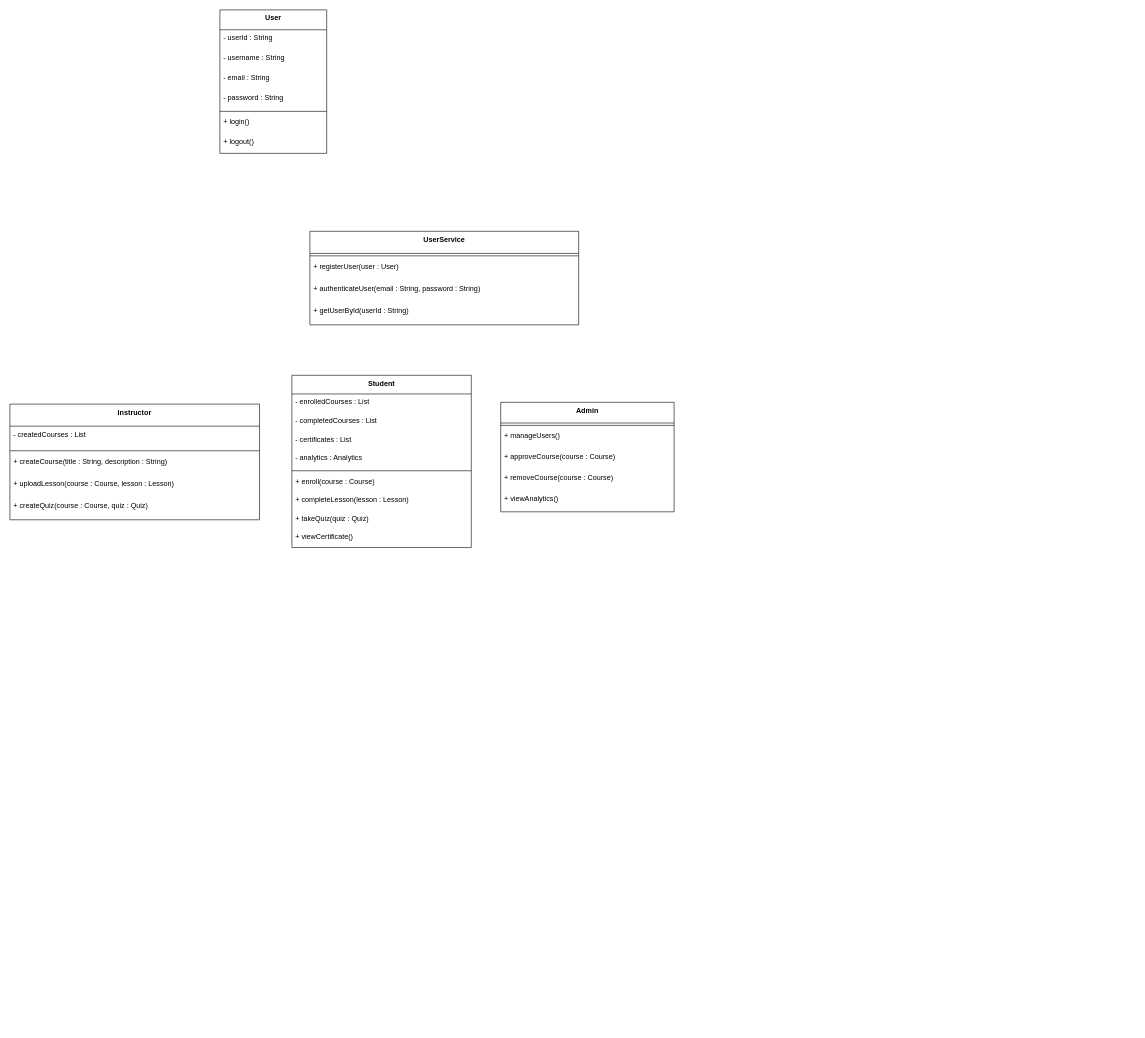
This is class diagram.drawio from Akishk4/UMLs, a draw.io file, before an edit. Source tidied: cells renumbered, new cells numbered last; positions are measured from the earlier drawing's top-left corner, leaving out a move shared by most shapes. Both pictures are drawn from the tidied source at 60%, with x=0, y=0 at pixel (10, 10).
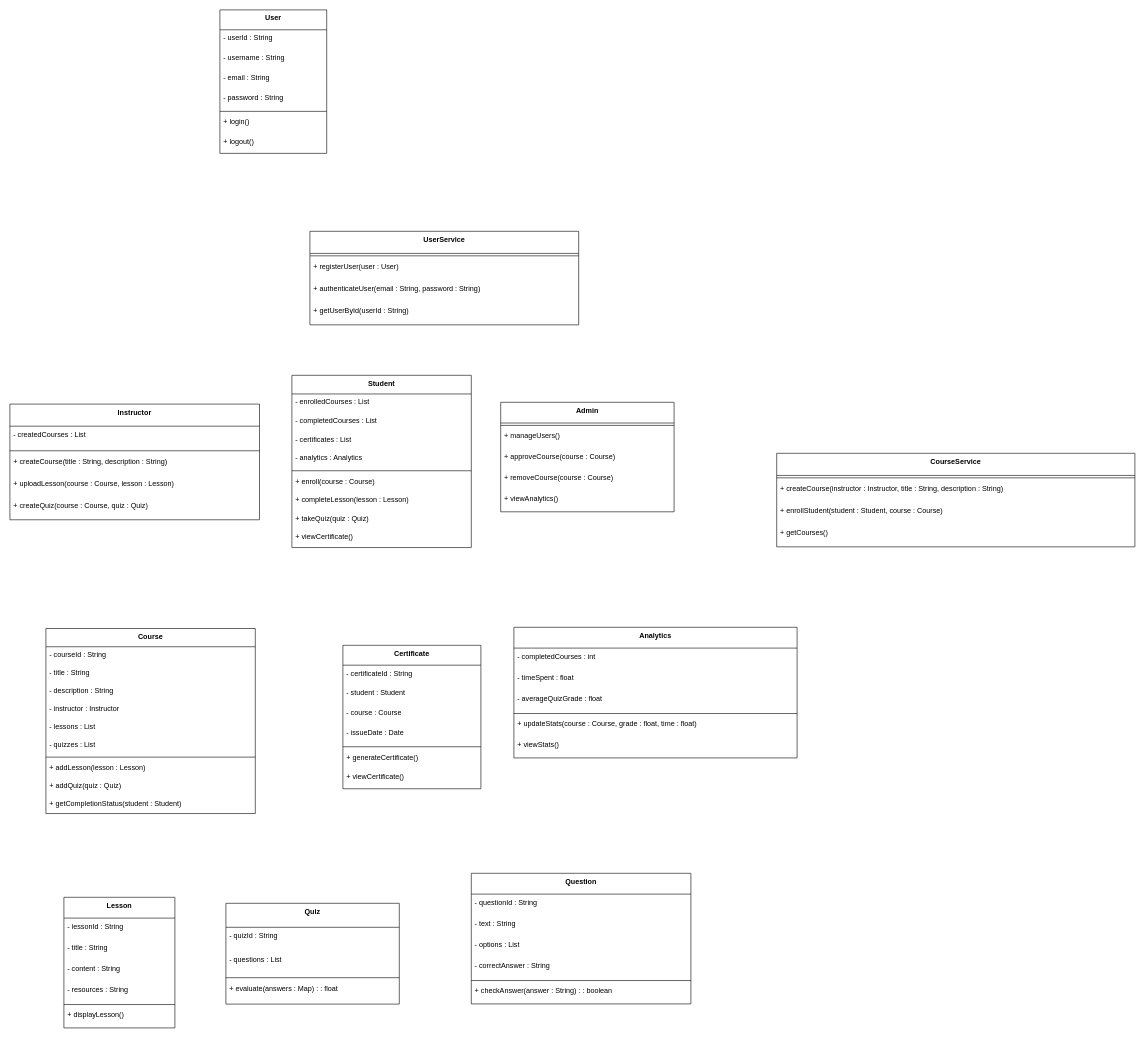
After the change.

Change to the diagram source:
```diff
@@
+    <mxCell id="37" value="Course" style="swimlane;fontStyle=1;align=center;verticalAlign=top;horizontal=1;startSize=30.4;" parent="1" vertex="1">
+      <mxGeometry x="60" y="1031" width="349" height="308.4" as="geometry" />
+    </mxCell>
+    <mxCell id="38" value="- courseId : String" style="text;strokeColor=none;fillColor=none;align=left;verticalAlign=top;spacingLeft=4;spacingRight=4;overflow=hidden;" parent="37" vertex="1">
+      <mxGeometry y="30.4" width="349" height="30" as="geometry" />
+    </mxCell>
+    <mxCell id="39" value="- title : String" style="text;strokeColor=none;fillColor=none;align=left;verticalAlign=top;spacingLeft=4;spacingRight=4;overflow=hidden;" parent="37" vertex="1">
+      <mxGeometry y="60.4" width="349" height="30" as="geometry" />
+    </mxCell>
+    <mxCell id="40" value="- description : String" style="text;strokeColor=none;fillColor=none;align=left;verticalAlign=top;spacingLeft=4;spacingRight=4;overflow=hidden;" parent="37" vertex="1">
+      <mxGeometry y="90.4" width="349" height="30" as="geometry" />
+    </mxCell>
+    <mxCell id="41" value="- instructor : Instructor" style="text;strokeColor=none;fillColor=none;align=left;verticalAlign=top;spacingLeft=4;spacingRight=4;overflow=hidden;" parent="37" vertex="1">
+      <mxGeometry y="120.4" width="349" height="30" as="geometry" />
+    </mxCell>
+    <mxCell id="42" value="- lessons : List" style="text;strokeColor=none;fillColor=none;align=left;verticalAlign=top;spacingLeft=4;spacingRight=4;overflow=hidden;" parent="37" vertex="1">
+      <mxGeometry y="150.4" width="349" height="30" as="geometry" />
+    </mxCell>
+    <mxCell id="43" value="- quizzes : List" style="text;strokeColor=none;fillColor=none;align=left;verticalAlign=top;spacingLeft=4;spacingRight=4;overflow=hidden;" parent="37" vertex="1">
+      <mxGeometry y="180.4" width="349" height="30" as="geometry" />
+    </mxCell>
+    <mxCell id="44" style="line;strokeWidth=1;fillColor=none;align=left;verticalAlign=middle;spacingTop=-1;spacingLeft=3;spacingRight=3;labelPosition=right;strokeColor=inherit;" parent="37" vertex="1">
+      <mxGeometry y="210.4" width="349" height="8" as="geometry" />
+    </mxCell>
+    <mxCell id="45" value="+ addLesson(lesson : Lesson)" style="text;strokeColor=none;fillColor=none;align=left;verticalAlign=top;spacingLeft=4;spacingRight=4;overflow=hidden;" parent="37" vertex="1">
+      <mxGeometry y="218.4" width="349" height="30" as="geometry" />
+    </mxCell>
+    <mxCell id="46" value="+ addQuiz(quiz : Quiz)" style="text;strokeColor=none;fillColor=none;align=left;verticalAlign=top;spacingLeft=4;spacingRight=4;overflow=hidden;" parent="37" vertex="1">
+      <mxGeometry y="248.4" width="349" height="30" as="geometry" />
+    </mxCell>
+    <mxCell id="47" value="+ getCompletionStatus(student : Student)" style="text;strokeColor=none;fillColor=none;align=left;verticalAlign=top;spacingLeft=4;spacingRight=4;overflow=hidden;" parent="37" vertex="1">
+      <mxGeometry y="278.4" width="349" height="30" as="geometry" />
+    </mxCell>
+    <mxCell id="48" value="Lesson" style="swimlane;fontStyle=1;align=center;verticalAlign=top;horizontal=1;startSize=34.666666666666664;" parent="1" vertex="1">
+      <mxGeometry x="90" y="1479" width="185" height="217.7" as="geometry" />
+    </mxCell>
+    <mxCell id="49" value="- lessonId : String" style="text;strokeColor=none;fillColor=none;align=left;verticalAlign=top;spacingLeft=4;spacingRight=4;overflow=hidden;" parent="48" vertex="1">
+      <mxGeometry y="34.7" width="185" height="35" as="geometry" />
+    </mxCell>
+    <mxCell id="50" value="- title : String" style="text;strokeColor=none;fillColor=none;align=left;verticalAlign=top;spacingLeft=4;spacingRight=4;overflow=hidden;" parent="48" vertex="1">
+      <mxGeometry y="69.7" width="185" height="35" as="geometry" />
+    </mxCell>
+    <mxCell id="51" value="- content : String" style="text;strokeColor=none;fillColor=none;align=left;verticalAlign=top;spacingLeft=4;spacingRight=4;overflow=hidden;" parent="48" vertex="1">
+      <mxGeometry y="104.7" width="185" height="35" as="geometry" />
+    </mxCell>
+    <mxCell id="52" value="- resources : String" style="text;strokeColor=none;fillColor=none;align=left;verticalAlign=top;spacingLeft=4;spacingRight=4;overflow=hidden;" parent="48" vertex="1">
+      <mxGeometry y="139.7" width="185" height="35" as="geometry" />
+    </mxCell>
+    <mxCell id="53" style="line;strokeWidth=1;fillColor=none;align=left;verticalAlign=middle;spacingTop=-1;spacingLeft=3;spacingRight=3;labelPosition=right;strokeColor=inherit;" parent="48" vertex="1">
+      <mxGeometry y="174.7" width="185" height="8" as="geometry" />
+    </mxCell>
+    <mxCell id="54" value="+ displayLesson()" style="text;strokeColor=none;fillColor=none;align=left;verticalAlign=top;spacingLeft=4;spacingRight=4;overflow=hidden;" parent="48" vertex="1">
+      <mxGeometry y="182.7" width="185" height="35" as="geometry" />
+    </mxCell>
+    <mxCell id="55" value="Quiz" style="swimlane;fontStyle=1;align=center;verticalAlign=top;horizontal=1;startSize=40;" parent="1" vertex="1">
+      <mxGeometry x="360" y="1489" width="289" height="168" as="geometry" />
+    </mxCell>
+    <mxCell id="56" value="- quizId : String" style="text;strokeColor=none;fillColor=none;align=left;verticalAlign=top;spacingLeft=4;spacingRight=4;overflow=hidden;" parent="55" vertex="1">
+      <mxGeometry y="40" width="289" height="40" as="geometry" />
+    </mxCell>
+    <mxCell id="57" value="- questions : List" style="text;strokeColor=none;fillColor=none;align=left;verticalAlign=top;spacingLeft=4;spacingRight=4;overflow=hidden;" parent="55" vertex="1">
+      <mxGeometry y="80" width="289" height="40" as="geometry" />
+    </mxCell>
+    <mxCell id="58" style="line;strokeWidth=1;fillColor=none;align=left;verticalAlign=middle;spacingTop=-1;spacingLeft=3;spacingRight=3;labelPosition=right;strokeColor=inherit;" parent="55" vertex="1">
+      <mxGeometry y="120" width="289" height="8" as="geometry" />
+    </mxCell>
+    <mxCell id="59" value="+ evaluate(answers : Map) : : float" style="text;strokeColor=none;fillColor=none;align=left;verticalAlign=top;spacingLeft=4;spacingRight=4;overflow=hidden;" parent="55" vertex="1">
+      <mxGeometry y="128" width="289" height="40" as="geometry" />
+    </mxCell>
+    <mxCell id="60" value="Question" style="swimlane;fontStyle=1;align=center;verticalAlign=top;horizontal=1;startSize=34.666666666666664;" parent="1" vertex="1">
+      <mxGeometry x="769" y="1439" width="366" height="217.7" as="geometry" />
+    </mxCell>
+    <mxCell id="61" value="- questionId : String" style="text;strokeColor=none;fillColor=none;align=left;verticalAlign=top;spacingLeft=4;spacingRight=4;overflow=hidden;" parent="60" vertex="1">
+      <mxGeometry y="34.7" width="366" height="35" as="geometry" />
+    </mxCell>
+    <mxCell id="62" value="- text : String" style="text;strokeColor=none;fillColor=none;align=left;verticalAlign=top;spacingLeft=4;spacingRight=4;overflow=hidden;" parent="60" vertex="1">
+      <mxGeometry y="69.7" width="366" height="35" as="geometry" />
+    </mxCell>
+    <mxCell id="63" value="- options : List" style="text;strokeColor=none;fillColor=none;align=left;verticalAlign=top;spacingLeft=4;spacingRight=4;overflow=hidden;" parent="60" vertex="1">
+      <mxGeometry y="104.7" width="366" height="35" as="geometry" />
+    </mxCell>
+    <mxCell id="64" value="- correctAnswer : String" style="text;strokeColor=none;fillColor=none;align=left;verticalAlign=top;spacingLeft=4;spacingRight=4;overflow=hidden;" parent="60" vertex="1">
+      <mxGeometry y="139.7" width="366" height="35" as="geometry" />
+    </mxCell>
+    <mxCell id="65" style="line;strokeWidth=1;fillColor=none;align=left;verticalAlign=middle;spacingTop=-1;spacingLeft=3;spacingRight=3;labelPosition=right;strokeColor=inherit;" parent="60" vertex="1">
+      <mxGeometry y="174.7" width="366" height="8" as="geometry" />
+    </mxCell>
+    <mxCell id="66" value="+ checkAnswer(answer : String) : : boolean" style="text;strokeColor=none;fillColor=none;align=left;verticalAlign=top;spacingLeft=4;spacingRight=4;overflow=hidden;" parent="60" vertex="1">
+      <mxGeometry y="182.7" width="366" height="35" as="geometry" />
+    </mxCell>
+    <mxCell id="67" value="Certificate" style="swimlane;fontStyle=1;align=center;verticalAlign=top;horizontal=1;startSize=33.142857142857146;" parent="1" vertex="1">
+      <mxGeometry x="555" y="1059" width="230" height="239.1" as="geometry" />
+    </mxCell>
+    <mxCell id="68" value="- certificateId : String" style="text;strokeColor=none;fillColor=none;align=left;verticalAlign=top;spacingLeft=4;spacingRight=4;overflow=hidden;" parent="67" vertex="1">
+      <mxGeometry y="33.1" width="230" height="33" as="geometry" />
+    </mxCell>
+    <mxCell id="69" value="- student : Student" style="text;strokeColor=none;fillColor=none;align=left;verticalAlign=top;spacingLeft=4;spacingRight=4;overflow=hidden;" parent="67" vertex="1">
+      <mxGeometry y="66.1" width="230" height="33" as="geometry" />
+    </mxCell>
+    <mxCell id="70" value="- course : Course" style="text;strokeColor=none;fillColor=none;align=left;verticalAlign=top;spacingLeft=4;spacingRight=4;overflow=hidden;" parent="67" vertex="1">
+      <mxGeometry y="99.1" width="230" height="33" as="geometry" />
+    </mxCell>
+    <mxCell id="71" value="- issueDate : Date" style="text;strokeColor=none;fillColor=none;align=left;verticalAlign=top;spacingLeft=4;spacingRight=4;overflow=hidden;" parent="67" vertex="1">
+      <mxGeometry y="132.1" width="230" height="33" as="geometry" />
+    </mxCell>
+    <mxCell id="72" style="line;strokeWidth=1;fillColor=none;align=left;verticalAlign=middle;spacingTop=-1;spacingLeft=3;spacingRight=3;labelPosition=right;strokeColor=inherit;" parent="67" vertex="1">
+      <mxGeometry y="165.1" width="230" height="8" as="geometry" />
+    </mxCell>
+    <mxCell id="73" value="+ generateCertificate()" style="text;strokeColor=none;fillColor=none;align=left;verticalAlign=top;spacingLeft=4;spacingRight=4;overflow=hidden;" parent="67" vertex="1">
+      <mxGeometry y="173.1" width="230" height="33" as="geometry" />
+    </mxCell>
+    <mxCell id="74" value="+ viewCertificate()" style="text;strokeColor=none;fillColor=none;align=left;verticalAlign=top;spacingLeft=4;spacingRight=4;overflow=hidden;" parent="67" vertex="1">
+      <mxGeometry y="206.1" width="230" height="33" as="geometry" />
+    </mxCell>
+    <mxCell id="75" value="Analytics" style="swimlane;fontStyle=1;align=center;verticalAlign=top;horizontal=1;startSize=34.666666666666664;" parent="1" vertex="1">
+      <mxGeometry x="840" y="1029" width="472" height="217.7" as="geometry" />
+    </mxCell>
+    <mxCell id="76" value="- completedCourses : int" style="text;strokeColor=none;fillColor=none;align=left;verticalAlign=top;spacingLeft=4;spacingRight=4;overflow=hidden;" parent="75" vertex="1">
+      <mxGeometry y="34.7" width="472" height="35" as="geometry" />
+    </mxCell>
+    <mxCell id="77" value="- timeSpent : float" style="text;strokeColor=none;fillColor=none;align=left;verticalAlign=top;spacingLeft=4;spacingRight=4;overflow=hidden;" parent="75" vertex="1">
+      <mxGeometry y="69.7" width="472" height="35" as="geometry" />
+    </mxCell>
+    <mxCell id="78" value="- averageQuizGrade : float" style="text;strokeColor=none;fillColor=none;align=left;verticalAlign=top;spacingLeft=4;spacingRight=4;overflow=hidden;" parent="75" vertex="1">
+      <mxGeometry y="104.7" width="472" height="35" as="geometry" />
+    </mxCell>
+    <mxCell id="79" style="line;strokeWidth=1;fillColor=none;align=left;verticalAlign=middle;spacingTop=-1;spacingLeft=3;spacingRight=3;labelPosition=right;strokeColor=inherit;" parent="75" vertex="1">
+      <mxGeometry y="139.7" width="472" height="8" as="geometry" />
+    </mxCell>
+    <mxCell id="80" value="+ updateStats(course : Course, grade : float, time : float)" style="text;strokeColor=none;fillColor=none;align=left;verticalAlign=top;spacingLeft=4;spacingRight=4;overflow=hidden;" parent="75" vertex="1">
+      <mxGeometry y="147.7" width="472" height="35" as="geometry" />
+    </mxCell>
+    <mxCell id="81" value="+ viewStats()" style="text;strokeColor=none;fillColor=none;align=left;verticalAlign=top;spacingLeft=4;spacingRight=4;overflow=hidden;" parent="75" vertex="1">
+      <mxGeometry y="182.7" width="472" height="35" as="geometry" />
+    </mxCell>
+    <mxCell id="82" value="CourseService" style="swimlane;fontStyle=1;align=center;verticalAlign=top;horizontal=1;startSize=36.888888888888886;" parent="1" vertex="1">
+      <mxGeometry x="1278" y="739" width="597" height="155.9" as="geometry" />
+    </mxCell>
+    <mxCell id="83" style="line;strokeWidth=1;fillColor=none;align=left;verticalAlign=middle;spacingTop=-1;spacingLeft=3;spacingRight=3;labelPosition=right;strokeColor=inherit;" parent="82" vertex="1">
+      <mxGeometry y="36.9" width="597" height="8" as="geometry" />
+    </mxCell>
+    <mxCell id="84" value="+ createCourse(instructor : Instructor, title : String, description : String)" style="text;strokeColor=none;fillColor=none;align=left;verticalAlign=top;spacingLeft=4;spacingRight=4;overflow=hidden;" parent="82" vertex="1">
+      <mxGeometry y="44.9" width="597" height="37" as="geometry" />
+    </mxCell>
+    <mxCell id="85" value="+ enrollStudent(student : Student, course : Course)" style="text;strokeColor=none;fillColor=none;align=left;verticalAlign=top;spacingLeft=4;spacingRight=4;overflow=hidden;" parent="82" vertex="1">
+      <mxGeometry y="81.9" width="597" height="37" as="geometry" />
+    </mxCell>
+    <mxCell id="86" value="+ getCourses()" style="text;strokeColor=none;fillColor=none;align=left;verticalAlign=top;spacingLeft=4;spacingRight=4;overflow=hidden;" parent="82" vertex="1">
+      <mxGeometry y="118.9" width="597" height="37" as="geometry" />
+    </mxCell>
```
